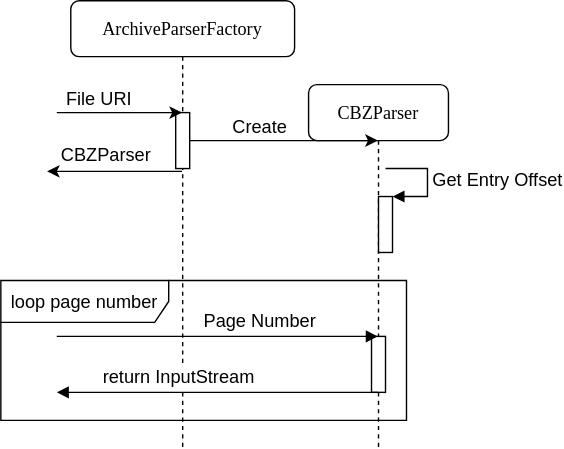
Before: images/parser_sequence.svg, a diagram exported from draw.io (nvmnghia/thesis). Source tidied: cells renumbered, new cells last; positions are measured from the earlier drawing's top-left corner, leaving out a move shared by most shapes. Source of this version:
```xml
<mxGraphModel>
  <root>
    <mxCell id="0" />
    <mxCell id="1" parent="0" />
    <mxCell id="2" value="CBZParser" style="shape=umlLifeline;perimeter=lifelinePerimeter;whiteSpace=wrap;html=1;outlineConnect=0;rounded=1;shadow=0;comic=0;labelBackgroundColor=none;strokeWidth=1;fontFamily=Verdana;fontSize=13;align=center;" parent="1" vertex="1">
      <mxGeometry x="220" y="60" width="100" height="260" as="geometry" />
    </mxCell>
    <mxCell id="3" style="html=1;points=[];perimeter=orthogonalPerimeter;fontSize=13;" parent="2" vertex="1">
      <mxGeometry x="50" y="80" width="10" height="40" as="geometry" />
    </mxCell>
    <mxCell id="4" value="&lt;font style=&quot;font-size: 13px&quot;&gt;Get Entry Offset&lt;/font&gt;" style="edgeStyle=orthogonalEdgeStyle;html=1;align=left;spacingLeft=2;endArrow=block;rounded=0;entryX=1;entryY=0;fontSize=13;" parent="2" edge="1" target="3">
      <mxGeometry relative="1" as="geometry">
        <mxPoint x="55" y="60" as="sourcePoint" />
        <Array as="points">
          <mxPoint x="85" y="60" />
        </Array>
      </mxGeometry>
    </mxCell>
    <mxCell id="5" value="ArchiveParserFactory" style="shape=umlLifeline;perimeter=lifelinePerimeter;whiteSpace=wrap;html=1;outlineConnect=0;rounded=1;shadow=0;comic=0;labelBackgroundColor=none;strokeWidth=1;fontFamily=Verdana;fontSize=13;align=center;" parent="1" vertex="1">
      <mxGeometry x="50" width="160" height="320" as="geometry" />
    </mxCell>
    <mxCell id="6" style="html=1;points=[];perimeter=orthogonalPerimeter;rounded=0;shadow=0;comic=0;labelBackgroundColor=none;strokeWidth=1;fontFamily=Verdana;fontSize=13;align=center;" parent="5" vertex="1">
      <mxGeometry x="75" y="80" width="10" height="40" as="geometry" />
    </mxCell>
    <mxCell id="7" style="endArrow=classic;html=1;fontSize=13;" parent="1" edge="1" source="6" target="2">
      <mxGeometry relative="1" as="geometry" />
    </mxCell>
    <mxCell id="8" value="Create" style="text;html=1;align=center;verticalAlign=middle;strokeColor=none;fontSize=13;" parent="1" vertex="1">
      <mxGeometry x="160" y="80" width="50" height="20" as="geometry" />
    </mxCell>
    <mxCell id="9" style="endArrow=classic;html=1;fontSize=13;exitX=0;exitY=1;exitDx=0;exitDy=0;exitPerimeter=0;" parent="1" edge="1" source="10" target="5">
      <mxGeometry relative="1" as="geometry" />
    </mxCell>
    <mxCell id="10" value="File URI" style="text;html=1;align=center;verticalAlign=middle;points=[];strokeColor=none;fontSize=13;" parent="1" vertex="1">
      <mxGeometry x="40" y="60" width="60" height="20" as="geometry" />
    </mxCell>
    <mxCell id="11" style="endArrow=classic;html=1;fontSize=13;entryX=-0.025;entryY=1.1;entryDx=0;entryDy=0;entryPerimeter=0;" parent="1" edge="1" source="5" target="12">
      <mxGeometry relative="1" as="geometry" />
    </mxCell>
    <mxCell id="12" value="CBZParser" style="text;html=1;align=center;verticalAlign=middle;points=[];strokeColor=none;fontSize=13;" parent="1" vertex="1">
      <mxGeometry x="35" y="100" width="80" height="20" as="geometry" />
    </mxCell>
    <mxCell id="13" value="loop page number" style="shape=umlFrame;whiteSpace=wrap;html=1;fontSize=13;width=120;height=30;" parent="1" vertex="1">
      <mxGeometry y="200" width="290" height="100" as="geometry" />
    </mxCell>
    <mxCell id="14" style="html=1;perimeter=orthogonalPerimeter;fontSize=13;" parent="1" vertex="1">
      <mxGeometry x="265" y="240" width="10" height="40" as="geometry" />
    </mxCell>
    <mxCell id="15" value="Page Number" style="html=1;verticalAlign=bottom;endArrow=block;fontSize=13;" parent="1" edge="1">
      <mxGeometry x="0.26" relative="1" as="geometry">
        <mxPoint x="40" y="240" as="sourcePoint" />
        <mxPoint x="269.5" y="240" as="targetPoint" />
      </mxGeometry>
    </mxCell>
    <mxCell id="16" value="return InputStream" style="html=1;verticalAlign=bottom;endArrow=block;fontSize=13;" parent="1" edge="1">
      <mxGeometry x="0.26" relative="1" as="geometry">
        <mxPoint x="269.5" y="280" as="sourcePoint" />
        <mxPoint x="40" y="280" as="targetPoint" />
        <mxPoint x="1" as="offset" />
      </mxGeometry>
    </mxCell>
  </root>
</mxGraphModel>
```
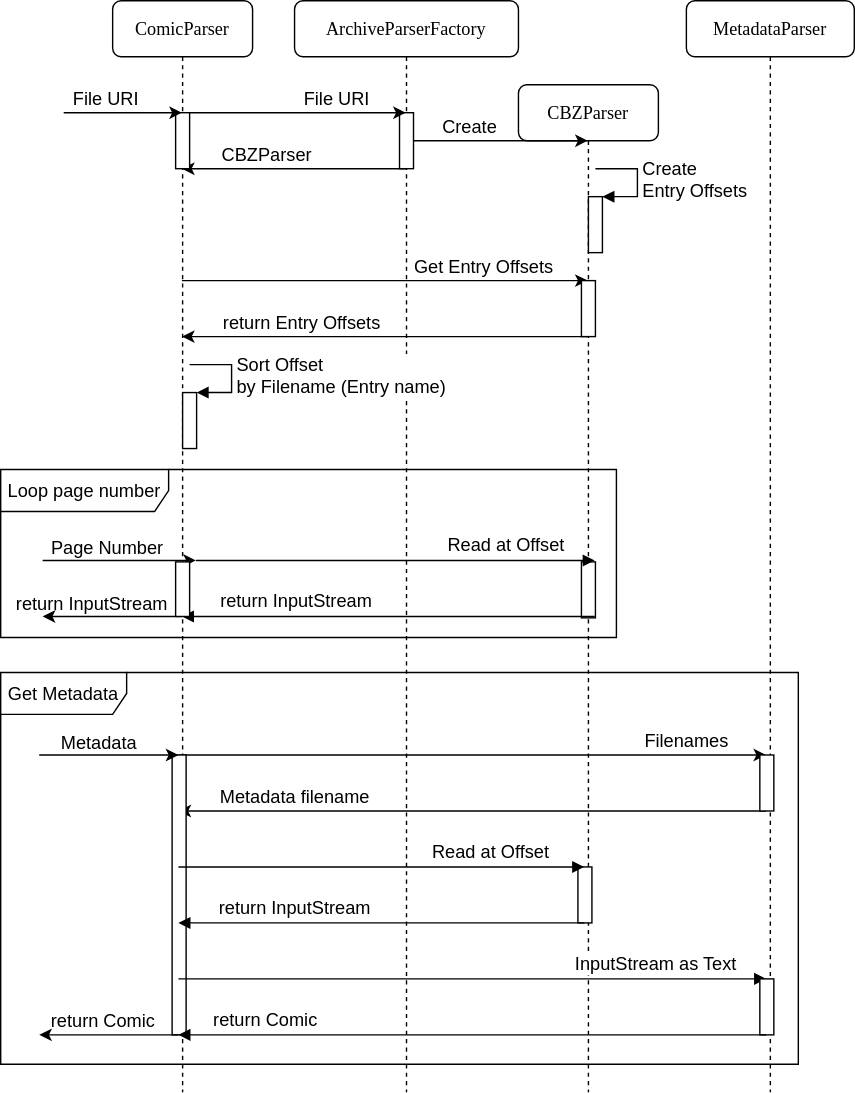
Later version of the same file.

What changed in the source:
```diff
@@ -3,12 +3,12 @@
     <mxCell id="0" />
     <mxCell id="1" parent="0" />
     <mxCell id="2" value="CBZParser" style="shape=umlLifeline;perimeter=lifelinePerimeter;whiteSpace=wrap;html=1;outlineConnect=0;rounded=1;shadow=0;comic=0;labelBackgroundColor=none;strokeWidth=1;fontFamily=Verdana;fontSize=13;align=center;" parent="1" vertex="1">
-      <mxGeometry x="220" y="60" width="100" height="260" as="geometry" />
+      <mxGeometry x="370" y="60" width="100" height="720" as="geometry" />
     </mxCell>
     <mxCell id="3" style="html=1;points=[];perimeter=orthogonalPerimeter;fontSize=13;" parent="2" vertex="1">
       <mxGeometry x="50" y="80" width="10" height="40" as="geometry" />
     </mxCell>
-    <mxCell id="4" value="&lt;font style=&quot;font-size: 13px&quot;&gt;Get Entry Offset&lt;/font&gt;" style="edgeStyle=orthogonalEdgeStyle;html=1;align=left;spacingLeft=2;endArrow=block;rounded=0;entryX=1;entryY=0;fontSize=13;" parent="2" edge="1" target="3">
+    <mxCell id="4" value="&lt;font style=&quot;font-size: 13px&quot;&gt;Create&lt;br&gt;Entry Offsets&lt;/font&gt;" style="edgeStyle=orthogonalEdgeStyle;html=1;align=left;spacingLeft=2;endArrow=block;rounded=0;entryX=1;entryY=0;fontSize=13;" parent="2" edge="1" target="3">
       <mxGeometry relative="1" as="geometry">
         <mxPoint x="55" y="60" as="sourcePoint" />
         <Array as="points">
@@ -17,7 +17,7 @@
       </mxGeometry>
     </mxCell>
     <mxCell id="5" value="ArchiveParserFactory" style="shape=umlLifeline;perimeter=lifelinePerimeter;whiteSpace=wrap;html=1;outlineConnect=0;rounded=1;shadow=0;comic=0;labelBackgroundColor=none;strokeWidth=1;fontFamily=Verdana;fontSize=13;align=center;" parent="1" vertex="1">
-      <mxGeometry x="50" width="160" height="320" as="geometry" />
+      <mxGeometry x="210" width="160" height="780" as="geometry" />
     </mxCell>
     <mxCell id="6" style="html=1;points=[];perimeter=orthogonalPerimeter;rounded=0;shadow=0;comic=0;labelBackgroundColor=none;strokeWidth=1;fontFamily=Verdana;fontSize=13;align=center;" parent="5" vertex="1">
       <mxGeometry x="75" y="80" width="10" height="40" as="geometry" />
@@ -26,38 +26,223 @@
       <mxGeometry relative="1" as="geometry" />
     </mxCell>
     <mxCell id="8" value="Create" style="text;html=1;align=center;verticalAlign=middle;strokeColor=none;fontSize=13;" parent="1" vertex="1">
-      <mxGeometry x="160" y="80" width="50" height="20" as="geometry" />
+      <mxGeometry x="310" y="80" width="50" height="20" as="geometry" />
     </mxCell>
-    <mxCell id="9" style="endArrow=classic;html=1;fontSize=13;exitX=0;exitY=1;exitDx=0;exitDy=0;exitPerimeter=0;" parent="1" edge="1" source="10" target="5">
-      <mxGeometry relative="1" as="geometry" />
+    <mxCell id="9" style="endArrow=classic;html=1;fontSize=13;" parent="1" edge="1" source="17" target="5">
+      <mxGeometry relative="1" as="geometry">
+        <Array as="points">
+          <mxPoint x="140" y="80" />
+        </Array>
+      </mxGeometry>
     </mxCell>
     <mxCell id="10" value="File URI" style="text;html=1;align=center;verticalAlign=middle;points=[];strokeColor=none;fontSize=13;" parent="1" vertex="1">
-      <mxGeometry x="40" y="60" width="60" height="20" as="geometry" />
+      <mxGeometry x="210" y="60" width="60" height="20" as="geometry" />
     </mxCell>
-    <mxCell id="11" style="endArrow=classic;html=1;fontSize=13;entryX=-0.025;entryY=1.1;entryDx=0;entryDy=0;entryPerimeter=0;" parent="1" edge="1" source="5" target="12">
-      <mxGeometry relative="1" as="geometry" />
+    <mxCell id="11" style="endArrow=classic;html=1;fontSize=13;" parent="1" edge="1" source="5" target="17">
+      <mxGeometry relative="1" as="geometry">
+        <Array as="points">
+          <mxPoint x="240" y="120" />
+        </Array>
+      </mxGeometry>
     </mxCell>
     <mxCell id="12" value="CBZParser" style="text;html=1;align=center;verticalAlign=middle;points=[];strokeColor=none;fontSize=13;" parent="1" vertex="1">
-      <mxGeometry x="35" y="100" width="80" height="20" as="geometry" />
+      <mxGeometry x="150" y="100" width="80" height="20" as="geometry" />
     </mxCell>
-    <mxCell id="13" value="loop page number" style="shape=umlFrame;whiteSpace=wrap;html=1;fontSize=13;width=120;height=30;" parent="1" vertex="1">
-      <mxGeometry y="200" width="290" height="100" as="geometry" />
+    <mxCell id="13" value="Loop page number" style="shape=umlFrame;whiteSpace=wrap;html=1;fontSize=13;width=120;height=30;" parent="1" vertex="1">
+      <mxGeometry y="335" width="440" height="120" as="geometry" />
     </mxCell>
     <mxCell id="14" style="html=1;perimeter=orthogonalPerimeter;fontSize=13;" parent="1" vertex="1">
-      <mxGeometry x="265" y="240" width="10" height="40" as="geometry" />
+      <mxGeometry x="415" y="401" width="10" height="40" as="geometry" />
     </mxCell>
-    <mxCell id="15" value="Page Number" style="html=1;verticalAlign=bottom;endArrow=block;fontSize=13;" parent="1" edge="1">
-      <mxGeometry x="0.26" relative="1" as="geometry">
-        <mxPoint x="40" y="240" as="sourcePoint" />
-        <mxPoint x="269.5" y="240" as="targetPoint" />
+    <mxCell id="15" value="Read at Offset" style="html=1;verticalAlign=bottom;endArrow=block;fontSize=13;" parent="1" edge="1">
+      <mxGeometry x="0.55" relative="1" as="geometry">
+        <mxPoint x="139.5" y="400" as="sourcePoint" />
+        <mxPoint x="424.5" y="400" as="targetPoint" />
       </mxGeometry>
     </mxCell>
     <mxCell id="16" value="return InputStream" style="html=1;verticalAlign=bottom;endArrow=block;fontSize=13;" parent="1" edge="1">
-      <mxGeometry x="0.26" relative="1" as="geometry">
-        <mxPoint x="269.5" y="280" as="sourcePoint" />
-        <mxPoint x="40" y="280" as="targetPoint" />
-        <mxPoint x="1" as="offset" />
+      <mxGeometry x="0.45" relative="1" as="geometry">
+        <mxPoint x="424.5" y="440" as="sourcePoint" />
+        <mxPoint x="129.5" y="440" as="targetPoint" />
       </mxGeometry>
     </mxCell>
+    <mxCell id="17" value="ComicParser" style="shape=umlLifeline;perimeter=lifelinePerimeter;whiteSpace=wrap;html=1;outlineConnect=0;rounded=1;shadow=0;comic=0;labelBackgroundColor=none;strokeWidth=1;fontFamily=Verdana;fontSize=13;align=center;" parent="1" vertex="1">
+      <mxGeometry x="80" width="100" height="780" as="geometry" />
+    </mxCell>
+    <mxCell id="18" style="html=1;perimeter=orthogonalPerimeter;fontSize=13;" parent="1" vertex="1">
+      <mxGeometry x="125" y="80" width="10" height="40" as="geometry" />
+    </mxCell>
+    <mxCell id="19" style="endArrow=classic;html=1;fontSize=13;" parent="1" edge="1" target="17">
+      <mxGeometry relative="1" as="geometry">
+        <mxPoint x="45" y="80" as="sourcePoint" />
+      </mxGeometry>
+    </mxCell>
+    <mxCell id="20" value="File URI" style="text;html=1;align=center;verticalAlign=middle;strokeColor=none;fontSize=13;" parent="1" vertex="1">
+      <mxGeometry x="45" y="60" width="60" height="20" as="geometry" />
+    </mxCell>
+    <mxCell id="21" style="endArrow=classic;html=1;fontSize=13;" parent="1" edge="1">
+      <mxGeometry relative="1" as="geometry">
+        <mxPoint x="30" y="400" as="sourcePoint" />
+        <mxPoint x="139.5" y="400" as="targetPoint" />
+      </mxGeometry>
+    </mxCell>
+    <mxCell id="22" value="Page Number" style="edgeLabel;html=1;align=center;verticalAlign=middle;fontSize=13;" parent="21" vertex="1">
+      <mxGeometry x="-0.53" y="2" relative="1" as="geometry">
+        <mxPoint x="19" y="-8" as="offset" />
+      </mxGeometry>
+    </mxCell>
+    <mxCell id="23" style="endArrow=classic;html=1;fontSize=13;" parent="1" edge="1">
+      <mxGeometry relative="1" as="geometry">
+        <mxPoint x="129.5" y="440" as="sourcePoint" />
+        <mxPoint x="30" y="440" as="targetPoint" />
+      </mxGeometry>
+    </mxCell>
+    <mxCell id="24" value="return InputStream" style="text;html=1;align=center;verticalAlign=middle;strokeColor=none;fontSize=13;" parent="1" vertex="1">
+      <mxGeometry x="5" y="421" width="120" height="20" as="geometry" />
+    </mxCell>
+    <mxCell id="25" style="endArrow=classic;html=1;fontSize=13;" parent="1" edge="1" source="17" target="2">
+      <mxGeometry relative="1" as="geometry">
+        <Array as="points">
+          <mxPoint x="150" y="200" />
+        </Array>
+      </mxGeometry>
+    </mxCell>
+    <mxCell id="26" value="Get Entry Offsets" style="text;html=1;align=center;verticalAlign=middle;strokeColor=none;fontSize=13;" parent="1" vertex="1">
+      <mxGeometry x="290" y="180" width="110" height="20" as="geometry" />
+    </mxCell>
+    <mxCell id="27" style="endArrow=classic;html=1;fontSize=13;" parent="1" edge="1" source="2" target="17">
+      <mxGeometry relative="1" as="geometry">
+        <Array as="points">
+          <mxPoint x="190" y="240" />
+        </Array>
+      </mxGeometry>
+    </mxCell>
+    <mxCell id="28" value="return Entry Offsets" style="text;html=1;align=center;verticalAlign=middle;strokeColor=none;fontSize=13;" parent="1" vertex="1">
+      <mxGeometry x="150" y="220" width="130" height="20" as="geometry" />
+    </mxCell>
+    <mxCell id="29" style="html=1;points=[];perimeter=orthogonalPerimeter;fontSize=13;" parent="1" vertex="1">
+      <mxGeometry x="130" y="280" width="10" height="40" as="geometry" />
+    </mxCell>
+    <mxCell id="30" value="Sort Offset&lt;br&gt;by Filename (Entry name)" style="edgeStyle=orthogonalEdgeStyle;html=1;align=left;spacingLeft=2;endArrow=block;rounded=0;entryX=1;entryY=0;fontSize=13;" parent="1" edge="1" target="29">
+      <mxGeometry relative="1" as="geometry">
+        <mxPoint x="135" y="260" as="sourcePoint" />
+        <Array as="points">
+          <mxPoint x="165" y="260" />
+        </Array>
+      </mxGeometry>
+    </mxCell>
+    <mxCell id="31" style="html=1;perimeter=orthogonalPerimeter;fontSize=13;" parent="1" vertex="1">
+      <mxGeometry x="125" y="401" width="10" height="39" as="geometry" />
+    </mxCell>
+    <mxCell id="32" value="MetadataParser" style="shape=umlLifeline;perimeter=lifelinePerimeter;whiteSpace=wrap;html=1;rounded=1;shadow=0;comic=0;labelBackgroundColor=none;strokeWidth=1;fontFamily=Verdana;fontSize=13;align=center;" parent="1" vertex="1">
+      <mxGeometry x="490" width="120" height="780" as="geometry" />
+    </mxCell>
+    <mxCell id="33" style="endArrow=classic;html=1;fontSize=13;" parent="1" edge="1">
+      <mxGeometry relative="1" as="geometry">
+        <mxPoint x="127" y="539" as="sourcePoint" />
+        <mxPoint x="547" y="539" as="targetPoint" />
+        <Array as="points">
+          <mxPoint x="467.5" y="539" />
+        </Array>
+      </mxGeometry>
+    </mxCell>
+    <mxCell id="34" value="Filenames" style="text;html=1;align=center;verticalAlign=middle;strokeColor=none;fontSize=13;" parent="1" vertex="1">
+      <mxGeometry x="450" y="519" width="80" height="20" as="geometry" />
+    </mxCell>
+    <mxCell id="35" style="endArrow=classic;html=1;fontSize=13;" parent="1" edge="1">
+      <mxGeometry relative="1" as="geometry">
+        <mxPoint x="547" y="579" as="sourcePoint" />
+        <mxPoint x="127" y="579" as="targetPoint" />
+        <Array as="points">
+          <mxPoint x="447.5" y="579" />
+        </Array>
+      </mxGeometry>
+    </mxCell>
+    <mxCell id="36" value="Metadata filename" style="text;html=1;align=center;verticalAlign=middle;strokeColor=none;fontSize=13;" parent="1" vertex="1">
+      <mxGeometry x="150" y="559" width="120" height="20" as="geometry" />
+    </mxCell>
+    <mxCell id="37" style="html=1;perimeter=orthogonalPerimeter;fontSize=13;" parent="1" vertex="1">
+      <mxGeometry x="415" y="200" width="10" height="40" as="geometry" />
+    </mxCell>
+    <mxCell id="38" style="html=1;perimeter=orthogonalPerimeter;fontSize=13;" parent="1" vertex="1">
+      <mxGeometry x="542.5" y="539" width="10" height="40" as="geometry" />
+    </mxCell>
+    <mxCell id="39" style="html=1;perimeter=orthogonalPerimeter;fontSize=13;" parent="1" vertex="1">
+      <mxGeometry x="122.5" y="539" width="10" height="200" as="geometry" />
+    </mxCell>
+    <mxCell id="40" style="html=1;perimeter=orthogonalPerimeter;fontSize=13;" parent="1" vertex="1">
+      <mxGeometry x="412.5" y="619" width="10" height="40" as="geometry" />
+    </mxCell>
+    <mxCell id="41" value="Read at Offset" style="html=1;verticalAlign=bottom;endArrow=block;fontSize=13;" parent="1" edge="1">
+      <mxGeometry x="0.54" relative="1" as="geometry">
+        <mxPoint x="127" y="619" as="sourcePoint" />
+        <mxPoint x="417" y="619" as="targetPoint" />
+        <Array as="points">
+          <mxPoint x="187.5" y="619" />
+        </Array>
+      </mxGeometry>
+    </mxCell>
+    <mxCell id="42" value="return InputStream" style="html=1;verticalAlign=bottom;endArrow=block;fontSize=13;" parent="1" edge="1">
+      <mxGeometry x="0.43" relative="1" as="geometry">
+        <mxPoint x="417" y="659" as="sourcePoint" />
+        <mxPoint x="127" y="659" as="targetPoint" />
+        <Array as="points">
+          <mxPoint x="177.5" y="659" />
+        </Array>
+      </mxGeometry>
+    </mxCell>
+    <mxCell id="43" value="InputStream as Text" style="html=1;verticalAlign=bottom;endArrow=block;fontSize=13;" parent="1" edge="1">
+      <mxGeometry x="0.62" relative="1" as="geometry">
+        <mxPoint x="127" y="699" as="sourcePoint" />
+        <mxPoint x="547" y="699" as="targetPoint" />
+        <Array as="points">
+          <mxPoint x="277.5" y="699" />
+          <mxPoint x="387.5" y="699" />
+        </Array>
+        <mxPoint x="1" as="offset" />
+      </mxGeometry>
+    </mxCell>
+    <mxCell id="44" style="html=1;perimeter=orthogonalPerimeter;fontSize=13;" parent="1" vertex="1">
+      <mxGeometry x="542.5" y="699" width="10" height="40" as="geometry" />
+    </mxCell>
+    <mxCell id="45" value="return Comic" style="html=1;verticalAlign=bottom;endArrow=block;fontSize=13;" parent="1" edge="1">
+      <mxGeometry x="0.71" relative="1" as="geometry">
+        <mxPoint x="547" y="739" as="sourcePoint" />
+        <mxPoint x="127" y="739" as="targetPoint" />
+        <Array as="points">
+          <mxPoint x="217.5" y="739" />
+          <mxPoint x="188.5" y="739" />
+        </Array>
+      </mxGeometry>
+    </mxCell>
+    <mxCell id="46" style="endArrow=classic;html=1;fontSize=13;" parent="1" edge="1">
+      <mxGeometry relative="1" as="geometry">
+        <mxPoint x="27.5" y="539" as="sourcePoint" />
+        <mxPoint x="127" y="539" as="targetPoint" />
+        <Array as="points">
+          <mxPoint x="47.5" y="539" />
+        </Array>
+      </mxGeometry>
+    </mxCell>
+    <mxCell id="47" value="Metadata" style="edgeLabel;html=1;align=center;verticalAlign=middle;fontSize=13;" parent="46" vertex="1">
+      <mxGeometry x="-0.53" y="2" relative="1" as="geometry">
+        <mxPoint x="19" y="-8" as="offset" />
+      </mxGeometry>
+    </mxCell>
+    <mxCell id="48" style="endArrow=classic;html=1;fontSize=13;" parent="1" edge="1">
+      <mxGeometry relative="1" as="geometry">
+        <mxPoint x="127" y="739" as="sourcePoint" />
+        <mxPoint x="27.5" y="739" as="targetPoint" />
+        <Array as="points">
+          <mxPoint x="57.5" y="739" />
+        </Array>
+      </mxGeometry>
+    </mxCell>
+    <mxCell id="49" value="return Comic" style="text;html=1;align=center;verticalAlign=middle;strokeColor=none;fontSize=13;" parent="1" vertex="1">
+      <mxGeometry x="27.5" y="719" width="90" height="20" as="geometry" />
+    </mxCell>
+    <mxCell id="50" value="Get Metadata" style="shape=umlFrame;whiteSpace=wrap;html=1;fontSize=13;width=90;height=30;" parent="1" vertex="1">
+      <mxGeometry y="480" width="570" height="280" as="geometry" />
+    </mxCell>
   </root>
 </mxGraphModel>
```
